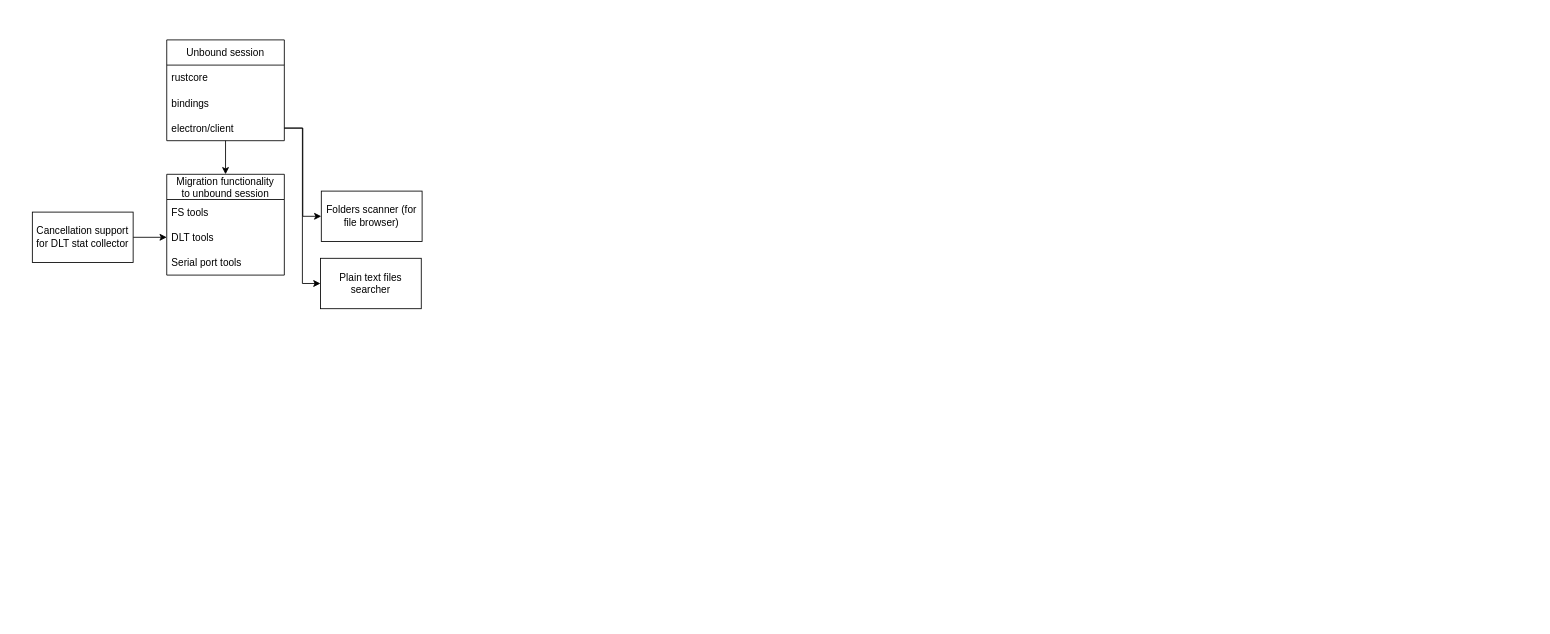
Before: Untitled Diagram.drawio in DmitryAstafyev/chipmunk3_roadmap, a draw.io diagram. Source tidied: cells renumbered, new cells numbered last; positions are measured from the earlier drawing's top-left corner, leaving out a move shared by most shapes. Both pictures are drawn from the tidied source at 84%, with x=0, y=0 at pixel (32, 39).
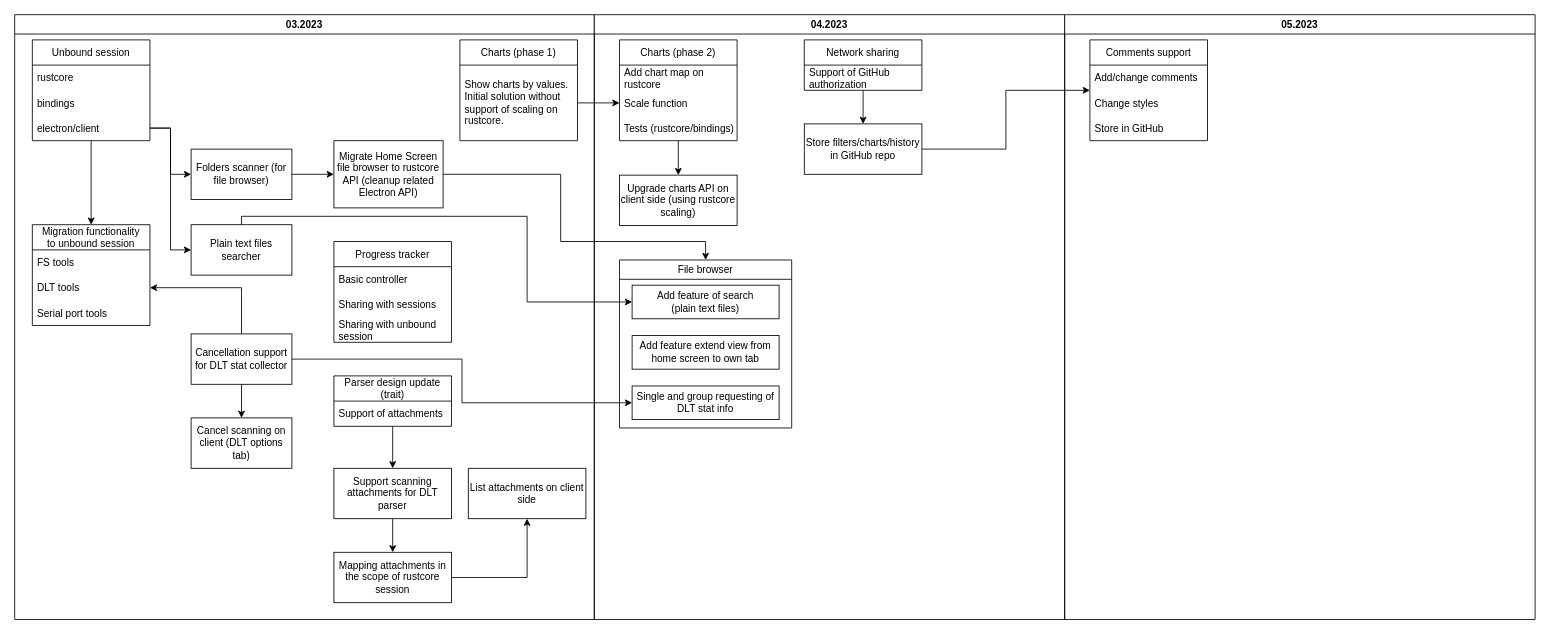
The same page after the edit.

Unchanged cells that the change refers to:
```xml
<mxCell id="6" value="electron/client" style="text;strokeColor=none;fillColor=none;align=left;verticalAlign=middle;spacingLeft=4;spacingRight=4;overflow=hidden;points=[[0,0.5],[1,0.5]];portConstraint=eastwest;" parent="3" vertex="1">
  <mxGeometry y="90" width="140" height="30" as="geometry" />
</mxCell>
<mxCell id="9" value="DLT tools" style="text;strokeColor=none;fillColor=none;align=left;verticalAlign=middle;spacingLeft=4;spacingRight=4;overflow=hidden;points=[[0,0.5],[1,0.5]];portConstraint=eastwest;" parent="7" vertex="1">
  <mxGeometry y="60" width="140" height="30" as="geometry" />
</mxCell>
```

Diff of the diagram source:
```diff
@@
-    <mxCell id="2" style="edgeStyle=orthogonalEdgeStyle;rounded=0;jettySize=auto;html=1;entryX=0.5;entryY=0;entryDx=0;entryDy=0;" parent="1" edge="1" source="3" target="7">
-      <mxGeometry relative="1" as="geometry" />
-    </mxCell>
+    <mxCell id="17" value="03.2023" style="swimlane;fontSize=12;" parent="1" vertex="1">
+      <mxGeometry x="-21" y="-30" width="690" height="720" as="geometry" />
+    </mxCell>
-    <mxCell id="3" value="Unbound session" style="swimlane;fontStyle=0;horizontal=1;startSize=30;" parent="1" vertex="1">
-      <mxGeometry x="160" width="140" height="120" as="geometry" />
+    <mxCell id="3" value="Unbound session" style="swimlane;fontStyle=0;horizontal=1;startSize=30;" parent="17" vertex="1">
+      <mxGeometry x="21" y="30" width="140" height="120" as="geometry" />
     </mxCell>
@@
-    <mxCell id="7" value="Migration functionality&#10;to unbound session" style="swimlane;fontStyle=0;horizontal=1;startSize=30;" parent="1" vertex="1">
-      <mxGeometry x="160" y="160" width="140" height="120" as="geometry" />
+    <mxCell id="7" value="Migration functionality&#10;to unbound session" style="swimlane;fontStyle=0;horizontal=1;startSize=30;" parent="17" vertex="1">
+      <mxGeometry x="21" y="250" width="140" height="120" as="geometry" />
     </mxCell>
@@
+    <mxCell id="2" style="edgeStyle=orthogonalEdgeStyle;rounded=0;jettySize=auto;html=1;entryX=0.5;entryY=0;entryDx=0;entryDy=0;" parent="17" edge="1" source="3" target="7">
+      <mxGeometry relative="1" as="geometry" />
+    </mxCell>
+    <mxCell id="18" style="edgeStyle=orthogonalEdgeStyle;rounded=0;jettySize=auto;html=1;entryX=0;entryY=0.5;entryDx=0;entryDy=0;fontSize=12;" parent="17" edge="1" source="13" target="20">
+      <mxGeometry relative="1" as="geometry" />
+    </mxCell>
+    <mxCell id="13" value="Folders scanner (for file browser)" style="rounded=0;whiteSpace=wrap;html=1;" parent="17" vertex="1">
+      <mxGeometry x="210" y="160" width="120" height="60" as="geometry" />
+    </mxCell>
+    <mxCell id="15" style="edgeStyle=orthogonalEdgeStyle;rounded=0;jettySize=auto;html=1;entryX=0;entryY=0.5;entryDx=0;entryDy=0;" parent="17" edge="1" source="6" target="13">
+      <mxGeometry relative="1" as="geometry" />
+    </mxCell>
+    <mxCell id="14" value="Plain text files searcher" style="rounded=0;whiteSpace=wrap;html=1;" parent="17" vertex="1">
+      <mxGeometry x="210" y="250" width="120" height="60" as="geometry" />
+    </mxCell>
+    <mxCell id="16" style="edgeStyle=orthogonalEdgeStyle;rounded=0;jettySize=auto;html=1;entryX=0;entryY=0.5;entryDx=0;entryDy=0;" parent="17" edge="1" source="6" target="14">
+      <mxGeometry relative="1" as="geometry" />
+    </mxCell>
+    <mxCell id="19" style="edgeStyle=orthogonalEdgeStyle;rounded=0;jettySize=auto;html=1;entryX=0.5;entryY=0;entryDx=0;entryDy=0;fontSize=12;" parent="17" edge="1" source="12" target="21">
+      <mxGeometry relative="1" as="geometry" />
+    </mxCell>
+    <mxCell id="12" value="Cancellation support for DLT stat collector" style="rounded=0;whiteSpace=wrap;html=1;" parent="17" vertex="1">
+      <mxGeometry x="210" y="380" width="120" height="60" as="geometry" />
+    </mxCell>
-    <mxCell id="11" style="edgeStyle=orthogonalEdgeStyle;rounded=0;jettySize=auto;html=1;" parent="1" edge="1" source="12" target="9">
+    <mxCell id="11" style="edgeStyle=orthogonalEdgeStyle;rounded=0;jettySize=auto;html=1;" parent="17" edge="1" source="12" target="9">
       <mxGeometry relative="1" as="geometry" />
     </mxCell>
-    <mxCell id="12" value="Cancellation support for DLT stat collector" style="rounded=0;whiteSpace=wrap;html=1;" parent="1" vertex="1">
-      <mxGeometry y="205" width="120" height="60" as="geometry" />
-    </mxCell>
-    <mxCell id="13" value="Folders scanner (for file browser)" style="rounded=0;whiteSpace=wrap;html=1;" parent="1" vertex="1">
-      <mxGeometry x="344" y="180" width="120" height="60" as="geometry" />
-    </mxCell>
-    <mxCell id="14" value="Plain text files searcher" style="rounded=0;whiteSpace=wrap;html=1;" parent="1" vertex="1">
-      <mxGeometry x="343" y="260" width="120" height="60" as="geometry" />
-    </mxCell>
-    <mxCell id="15" style="edgeStyle=orthogonalEdgeStyle;rounded=0;jettySize=auto;html=1;entryX=0;entryY=0.5;entryDx=0;entryDy=0;" parent="1" edge="1" source="6" target="13">
-      <mxGeometry relative="1" as="geometry" />
-    </mxCell>
-    <mxCell id="16" style="edgeStyle=orthogonalEdgeStyle;rounded=0;jettySize=auto;html=1;entryX=0;entryY=0.5;entryDx=0;entryDy=0;" parent="1" edge="1" source="6" target="14">
-      <mxGeometry relative="1" as="geometry" />
-    </mxCell>
+    <mxCell id="20" value="Migrate Home Screen file browser to rustcore API (cleanup related Electron API)" style="rounded=0;whiteSpace=wrap;html=1;" parent="17" vertex="1">
+      <mxGeometry x="380" y="150" width="130" height="80" as="geometry" />
+    </mxCell>
+    <mxCell id="21" value="Cancel scanning on client (DLT options tab)" style="rounded=0;whiteSpace=wrap;html=1;" parent="17" vertex="1">
+      <mxGeometry x="210" y="480" width="120" height="60" as="geometry" />
+    </mxCell>
+    <mxCell id="22" value="Charts (phase 1)" style="swimlane;fontStyle=0;horizontal=1;startSize=30;fontSize=12;" parent="17" vertex="1">
+      <mxGeometry x="530" y="30" width="140" height="120" as="geometry" />
+    </mxCell>
+    <mxCell id="23" value="Show charts by values. Initial solution without support of scaling on rustcore.  " style="text;strokeColor=none;fillColor=none;align=left;verticalAlign=middle;spacingLeft=4;spacingRight=4;overflow=hidden;points=[[0,0.5],[1,0.5]];portConstraint=eastwest;fontSize=12;whiteSpace=wrap;" parent="22" vertex="1">
+      <mxGeometry y="30" width="140" height="90" as="geometry" />
+    </mxCell>
+    <mxCell id="24" value="Progress tracker" style="swimlane;fontStyle=0;horizontal=1;startSize=30;" parent="17" vertex="1">
+      <mxGeometry x="380" y="270" width="140" height="120" as="geometry" />
+    </mxCell>
+    <mxCell id="25" value="Basic controller" style="text;strokeColor=none;fillColor=none;align=left;verticalAlign=middle;spacingLeft=4;spacingRight=4;overflow=hidden;" parent="24" vertex="1">
+      <mxGeometry y="30" width="140" height="30" as="geometry" />
+    </mxCell>
+    <mxCell id="26" value="Sharing with sessions" style="text;strokeColor=none;fillColor=none;align=left;verticalAlign=middle;spacingLeft=4;spacingRight=4;overflow=hidden;" parent="24" vertex="1">
+      <mxGeometry y="60" width="140" height="30" as="geometry" />
+    </mxCell>
+    <mxCell id="27" value="Sharing with unbound session" style="text;strokeColor=none;fillColor=none;align=left;verticalAlign=middle;spacingLeft=4;spacingRight=4;overflow=hidden;whiteSpace=wrap;" parent="24" vertex="1">
+      <mxGeometry y="90" width="140" height="30" as="geometry" />
+    </mxCell>
+    <mxCell id="28" style="edgeStyle=orthogonalEdgeStyle;rounded=0;jettySize=auto;html=1;entryX=0.5;entryY=0;entryDx=0;entryDy=0;fontSize=12;" parent="17" edge="1" source="29" target="32">
+      <mxGeometry relative="1" as="geometry" />
+    </mxCell>
+    <mxCell id="29" value="Parser design update (trait)" style="swimlane;fontStyle=0;horizontal=1;startSize=30;whiteSpace=wrap;" parent="17" vertex="1">
+      <mxGeometry x="380" y="430" width="140" height="60" as="geometry" />
+    </mxCell>
+    <mxCell id="30" value="Support of attachments" style="text;strokeColor=none;fillColor=none;align=left;verticalAlign=middle;spacingLeft=4;spacingRight=4;overflow=hidden;" parent="29" vertex="1">
+      <mxGeometry y="30" width="140" height="30" as="geometry" />
+    </mxCell>
+    <mxCell id="31" style="edgeStyle=orthogonalEdgeStyle;rounded=0;jettySize=auto;html=1;entryX=0.5;entryY=0;entryDx=0;entryDy=0;fontSize=12;" parent="17" edge="1" source="32" target="34">
+      <mxGeometry relative="1" as="geometry" />
+    </mxCell>
+    <mxCell id="32" value="Support scanning attachments for DLT parser" style="rounded=0;whiteSpace=wrap;html=1;fontSize=12;" parent="17" vertex="1">
+      <mxGeometry x="380" y="540" width="140" height="60" as="geometry" />
+    </mxCell>
+    <mxCell id="33" style="edgeStyle=orthogonalEdgeStyle;rounded=0;jettySize=auto;html=1;entryX=0.5;entryY=1;entryDx=0;entryDy=0;fontSize=12;" parent="17" edge="1" source="34" target="35">
+      <mxGeometry relative="1" as="geometry" />
+    </mxCell>
+    <mxCell id="34" value="Mapping attachments in the scope of rustcore session" style="rounded=0;whiteSpace=wrap;html=1;fontSize=12;" parent="17" vertex="1">
+      <mxGeometry x="380" y="640" width="140" height="60" as="geometry" />
+    </mxCell>
+    <mxCell id="35" value="List attachments on client side" style="rounded=0;whiteSpace=wrap;html=1;fontSize=12;" parent="17" vertex="1">
+      <mxGeometry x="540" y="540" width="140" height="60" as="geometry" />
+    </mxCell>
+    <mxCell id="36" value="04.2023" style="swimlane;fontSize=12;glass=0;shadow=0;rounded=0;sketch=0;" parent="1" vertex="1">
+      <mxGeometry x="669" y="-30" width="560" height="720" as="geometry" />
+    </mxCell>
+    <mxCell id="37" style="edgeStyle=orthogonalEdgeStyle;rounded=0;jettySize=auto;html=1;entryX=0.5;entryY=0;entryDx=0;entryDy=0;fontSize=12;" parent="36" edge="1" source="38" target="42">
+      <mxGeometry relative="1" as="geometry" />
+    </mxCell>
+    <mxCell id="38" value="Charts (phase 2)" style="swimlane;fontStyle=0;horizontal=1;startSize=30;fontSize=12;" parent="36" vertex="1">
+      <mxGeometry x="30" y="30" width="140" height="120" as="geometry" />
+    </mxCell>
+    <mxCell id="39" value="Add chart map on rustcore" style="text;strokeColor=none;fillColor=none;align=left;verticalAlign=middle;spacingLeft=4;spacingRight=4;overflow=hidden;fontSize=12;whiteSpace=wrap;" parent="38" vertex="1">
+      <mxGeometry y="30" width="140" height="30" as="geometry" />
+    </mxCell>
+    <mxCell id="40" value="Scale function" style="text;strokeColor=none;fillColor=none;align=left;verticalAlign=middle;spacingLeft=4;spacingRight=4;overflow=hidden;points=[[0,0.5],[1,0.5]];portConstraint=eastwest;fontSize=12;" parent="38" vertex="1">
+      <mxGeometry y="60" width="140" height="30" as="geometry" />
+    </mxCell>
+    <mxCell id="41" value="Tests (rustcore/bindings)" style="text;strokeColor=none;fillColor=none;align=left;verticalAlign=middle;spacingLeft=4;spacingRight=4;overflow=hidden;fontSize=12;" parent="38" vertex="1">
+      <mxGeometry y="90" width="140" height="30" as="geometry" />
+    </mxCell>
+    <mxCell id="42" value="Upgrade charts API on client side (using rustcore scaling)" style="rounded=0;whiteSpace=wrap;html=1;" parent="36" vertex="1">
+      <mxGeometry x="30" y="191" width="140" height="60" as="geometry" />
+    </mxCell>
+    <mxCell id="43" value="File browser" style="swimlane;fontSize=12;fontStyle=0;" parent="36" vertex="1">
+      <mxGeometry x="30" y="292" width="205" height="200" as="geometry" />
+    </mxCell>
+    <mxCell id="44" value="&lt;span style=&quot;&quot;&gt;Add feature of search&lt;br&gt;(plain text files)&lt;/span&gt;" style="rounded=0;whiteSpace=wrap;html=1;fontSize=12;align=center;" parent="43" vertex="1">
+      <mxGeometry x="15" y="30" width="175" height="40" as="geometry" />
+    </mxCell>
+    <mxCell id="45" value="&lt;span style=&quot;text-align: left&quot;&gt;Add feature extend view from home screen to own tab&lt;/span&gt;" style="rounded=0;whiteSpace=wrap;html=1;fontSize=12;" parent="43" vertex="1">
+      <mxGeometry x="15" y="90" width="175" height="40" as="geometry" />
+    </mxCell>
+    <mxCell id="46" value="&lt;div style=&quot;&quot;&gt;&lt;span&gt;Single and group requesting of DLT stat info&lt;/span&gt;&lt;/div&gt;" style="rounded=0;whiteSpace=wrap;html=1;fontSize=12;align=center;" parent="43" vertex="1">
+      <mxGeometry x="15" y="150" width="175" height="40" as="geometry" />
+    </mxCell>
+    <mxCell id="47" style="edgeStyle=orthogonalEdgeStyle;rounded=0;jettySize=auto;html=1;entryX=0.5;entryY=0;entryDx=0;entryDy=0;fontSize=12;" parent="36" edge="1" source="48" target="50">
+      <mxGeometry relative="1" as="geometry" />
+    </mxCell>
+    <mxCell id="48" value="Network sharing" style="swimlane;fontStyle=0;horizontal=1;startSize=30;rounded=0;shadow=0;glass=0;sketch=0;fontSize=12;" parent="36" vertex="1">
+      <mxGeometry x="250" y="30" width="140" height="60" as="geometry" />
+    </mxCell>
+    <mxCell id="49" value="Support of GitHub authorization " style="text;strokeColor=none;fillColor=none;align=left;verticalAlign=middle;spacingLeft=4;spacingRight=4;overflow=hidden;rounded=0;shadow=0;glass=0;sketch=0;fontSize=12;whiteSpace=wrap;" parent="48" vertex="1">
+      <mxGeometry y="30" width="140" height="30" as="geometry" />
+    </mxCell>
+    <mxCell id="50" value="Store filters/charts/history in GitHub repo" style="rounded=0;whiteSpace=wrap;html=1;shadow=0;glass=0;sketch=0;fontSize=12;" parent="36" vertex="1">
+      <mxGeometry x="250" y="130" width="140" height="60" as="geometry" />
+    </mxCell>
+    <mxCell id="51" style="edgeStyle=orthogonalEdgeStyle;rounded=0;jettySize=auto;html=1;entryX=0;entryY=0.5;entryDx=0;entryDy=0;fontSize=12;" parent="1" edge="1" source="23" target="40">
+      <mxGeometry relative="1" as="geometry" />
+    </mxCell>
+    <mxCell id="52" style="edgeStyle=orthogonalEdgeStyle;rounded=0;jettySize=auto;html=1;entryX=0;entryY=0.5;entryDx=0;entryDy=0;fontSize=12;" parent="1" edge="1" source="14" target="44">
+      <mxGeometry relative="1" as="geometry">
+        <Array as="points">
+          <mxPoint x="249" y="210" />
+          <mxPoint x="589" y="210" />
+          <mxPoint x="589" y="312" />
+        </Array>
+      </mxGeometry>
+    </mxCell>
+    <mxCell id="53" style="edgeStyle=orthogonalEdgeStyle;rounded=0;jettySize=auto;html=1;entryX=0;entryY=0.5;entryDx=0;entryDy=0;fontSize=12;" parent="1" edge="1" source="12" target="46">
+      <mxGeometry relative="1" as="geometry" />
+    </mxCell>
+    <mxCell id="54" style="edgeStyle=orthogonalEdgeStyle;rounded=0;jettySize=auto;html=1;entryX=0.5;entryY=0;entryDx=0;entryDy=0;fontSize=12;" parent="1" edge="1" source="20" target="43">
+      <mxGeometry relative="1" as="geometry">
+        <Array as="points">
+          <mxPoint x="629" y="160" />
+          <mxPoint x="629" y="240" />
+          <mxPoint x="802" y="240" />
+        </Array>
+      </mxGeometry>
+    </mxCell>
+    <mxCell id="55" value="05.2023" style="swimlane;fontSize=12;glass=0;shadow=0;rounded=0;sketch=0;" parent="1" vertex="1">
+      <mxGeometry x="1229" y="-30" width="560" height="720" as="geometry" />
+    </mxCell>
+    <mxCell id="56" value="Comments support" style="swimlane;fontStyle=0;horizontal=1;startSize=30;rounded=0;shadow=0;glass=0;sketch=0;fontSize=12;" parent="55" vertex="1">
+      <mxGeometry x="30" y="30" width="140" height="120" as="geometry" />
+    </mxCell>
+    <mxCell id="57" value="Add/change comments" style="text;strokeColor=none;fillColor=none;align=left;verticalAlign=middle;spacingLeft=4;spacingRight=4;overflow=hidden;rounded=0;shadow=0;glass=0;sketch=0;fontSize=12;" parent="56" vertex="1">
+      <mxGeometry y="30" width="140" height="30" as="geometry" />
+    </mxCell>
+    <mxCell id="58" value="Change styles " style="text;strokeColor=none;fillColor=none;align=left;verticalAlign=middle;spacingLeft=4;spacingRight=4;overflow=hidden;rounded=0;shadow=0;glass=0;sketch=0;fontSize=12;" parent="56" vertex="1">
+      <mxGeometry y="60" width="140" height="30" as="geometry" />
+    </mxCell>
+    <mxCell id="59" value="Store in GitHub" style="text;strokeColor=none;fillColor=none;align=left;verticalAlign=middle;spacingLeft=4;spacingRight=4;overflow=hidden;rounded=0;shadow=0;glass=0;sketch=0;fontSize=12;" parent="56" vertex="1">
+      <mxGeometry y="90" width="140" height="30" as="geometry" />
+    </mxCell>
+    <mxCell id="60" style="edgeStyle=orthogonalEdgeStyle;rounded=0;jettySize=auto;html=1;fontSize=12;" parent="1" edge="1" source="50" target="56">
+      <mxGeometry relative="1" as="geometry" />
+    </mxCell>
```
